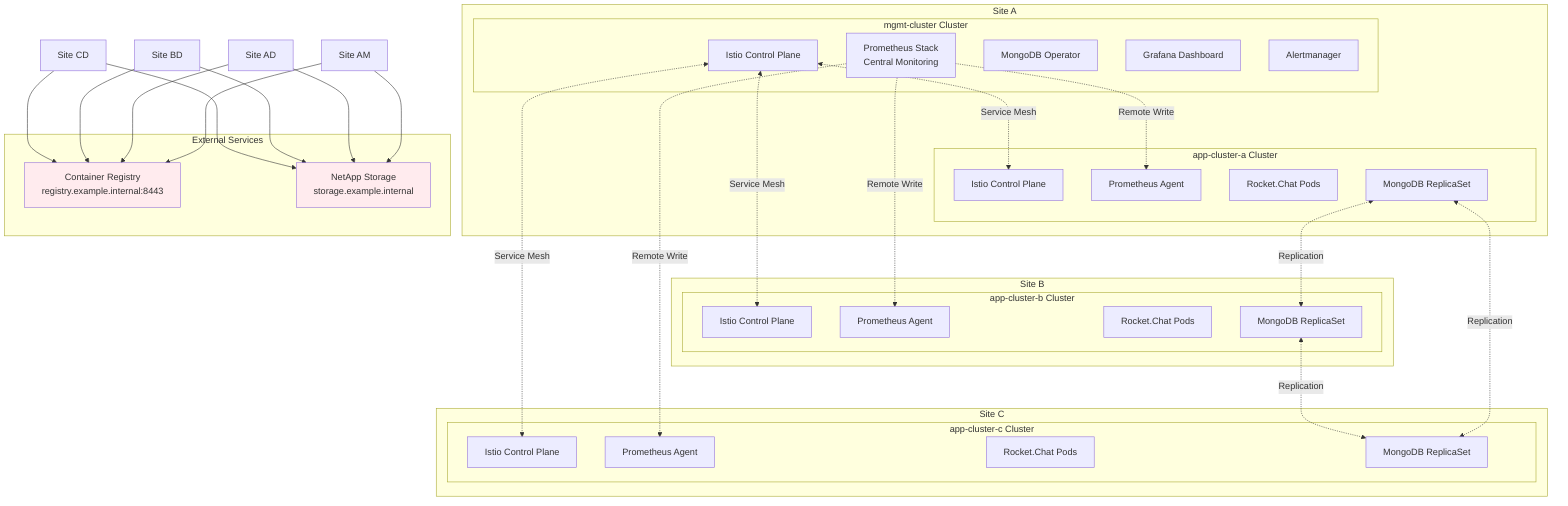
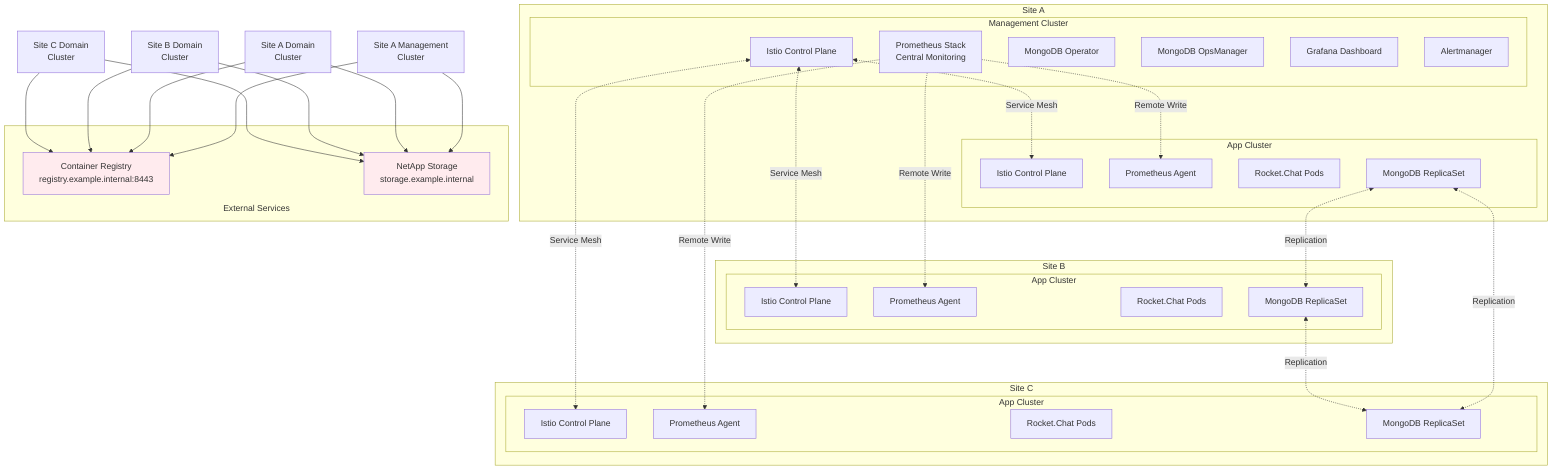
flowchart TB
    subgraph cluster_1_Site_Site_A["Site A"]
-         subgraph cluster_2_Site_AM["mgmt-cluster Cluster"]
+         subgraph cluster_2_Site_AM["Management Cluster"]
            Site_AM_ISTIO["Istio Control Plane"]
            Site_AM_PROM["Prometheus Stack<br/>Central Monitoring"]
            Site_AM_MONGO["MongoDB Operator"]
+             Site_AM_MONGO_OPS["MongoDB OpsManager"]
            Site_AM_GRAFANA["Grafana Dashboard"]
            Site_AM_ALERT["Alertmanager"]
            Site_AM_ISTIO["Istio Control Plane"]
            Site_AM_PROM["Prometheus Stack<br/>Central Monitoring"]
            Site_AM_MONGO["MongoDB Operator"]
            Site_AM_GRAFANA["Grafana Dashboard"]
            Site_AM_ALERT["Alertmanager"]
        end
-         subgraph cluster_3_Site_AD["app-cluster-a Cluster"]
+         subgraph cluster_3_Site_AD["App Cluster"]
            Site_AD_ISTIO["Istio Control Plane"]
            Site_AD_PROM["Prometheus Agent"]
            Site_AD_ROCKET["Rocket.Chat Pods"]
            Site_AD_MONGO["MongoDB ReplicaSet"]
            Site_AD_ISTIO["Istio Control Plane"]
            Site_AD_PROM["Prometheus Agent"]
            Site_AD_ROCKET["Rocket.Chat Pods"]
            Site_AD_MONGO["MongoDB ReplicaSet"]
        end
    end
    subgraph cluster_4_Site_Site_B["Site B"]
-         subgraph cluster_5_Site_BD["app-cluster-b Cluster"]
+         subgraph cluster_5_Site_BD["App Cluster"]
            Site_BD_ISTIO["Istio Control Plane"]
            Site_BD_PROM["Prometheus Agent"]
            Site_BD_ROCKET["Rocket.Chat Pods"]
            Site_BD_MONGO["MongoDB ReplicaSet"]
            Site_BD_ISTIO["Istio Control Plane"]
            Site_BD_PROM["Prometheus Agent"]
            Site_BD_ROCKET["Rocket.Chat Pods"]
            Site_BD_MONGO["MongoDB ReplicaSet"]
        end
    end
    subgraph cluster_6_Site_Site_C["Site C"]
-         subgraph cluster_7_Site_CD["app-cluster-c Cluster"]
+         subgraph cluster_7_Site_CD["App Cluster"]
            Site_CD_ISTIO["Istio Control Plane"]
            Site_CD_PROM["Prometheus Agent"]
            Site_CD_ROCKET["Rocket.Chat Pods"]
            Site_CD_MONGO["MongoDB ReplicaSet"]
            Site_CD_ISTIO["Istio Control Plane"]
            Site_CD_PROM["Prometheus Agent"]
            Site_CD_ROCKET["Rocket.Chat Pods"]
            Site_CD_MONGO["MongoDB ReplicaSet"]
        end
    end
-     subgraph cluster_8_External["External Services"]
-         REGISTRY["Container Registry<br/>registry.example.internal:8443"]
-         STORAGE["NetApp Storage<br/>storage.example.internal"]
+     subgraph cluster_8_External["<br/><br/><br/><br/><br/><br/>External Services"]
        REGISTRY["Container Registry<br/>registry.example.internal:8443"]
        STORAGE["NetApp Storage<br/>storage.example.internal"]
    end
-     Site_AM["Site AM"]
-     Site_AD["Site AD"]
-     Site_BD["Site BD"]
-     Site_CD["Site CD"]
+     Site_AM["Site A Management<br/>Cluster"]
+     Site_AD["Site A Domain<br/>Cluster"]
+     Site_BD["Site B Domain<br/>Cluster"]
+     Site_CD["Site C Domain<br/>Cluster"]
    Site_AM_PROM -.Remote Write.-> Site_AD_PROM
    Site_AM_PROM -.Remote Write.-> Site_BD_PROM
    Site_AM_PROM -.Remote Write.-> Site_CD_PROM
    Site_AM_ISTIO <-.Service Mesh.-> Site_AD_ISTIO
    Site_AM_ISTIO <-.Service Mesh.-> Site_BD_ISTIO
    Site_AM_ISTIO <-.Service Mesh.-> Site_CD_ISTIO
    Site_AD_MONGO <-.Replication.-> Site_BD_MONGO
    Site_AD_MONGO <-.Replication.-> Site_CD_MONGO
    Site_BD_MONGO <-.Replication.-> Site_CD_MONGO
    Site_AM --> REGISTRY
    Site_AD --> REGISTRY
    Site_BD --> REGISTRY
    Site_CD --> REGISTRY
    Site_AM --> STORAGE
    Site_AD --> STORAGE
    Site_BD --> STORAGE
    Site_CD --> STORAGE
    style REGISTRY fill:#ffebee
    style STORAGE fill:#ffebee
